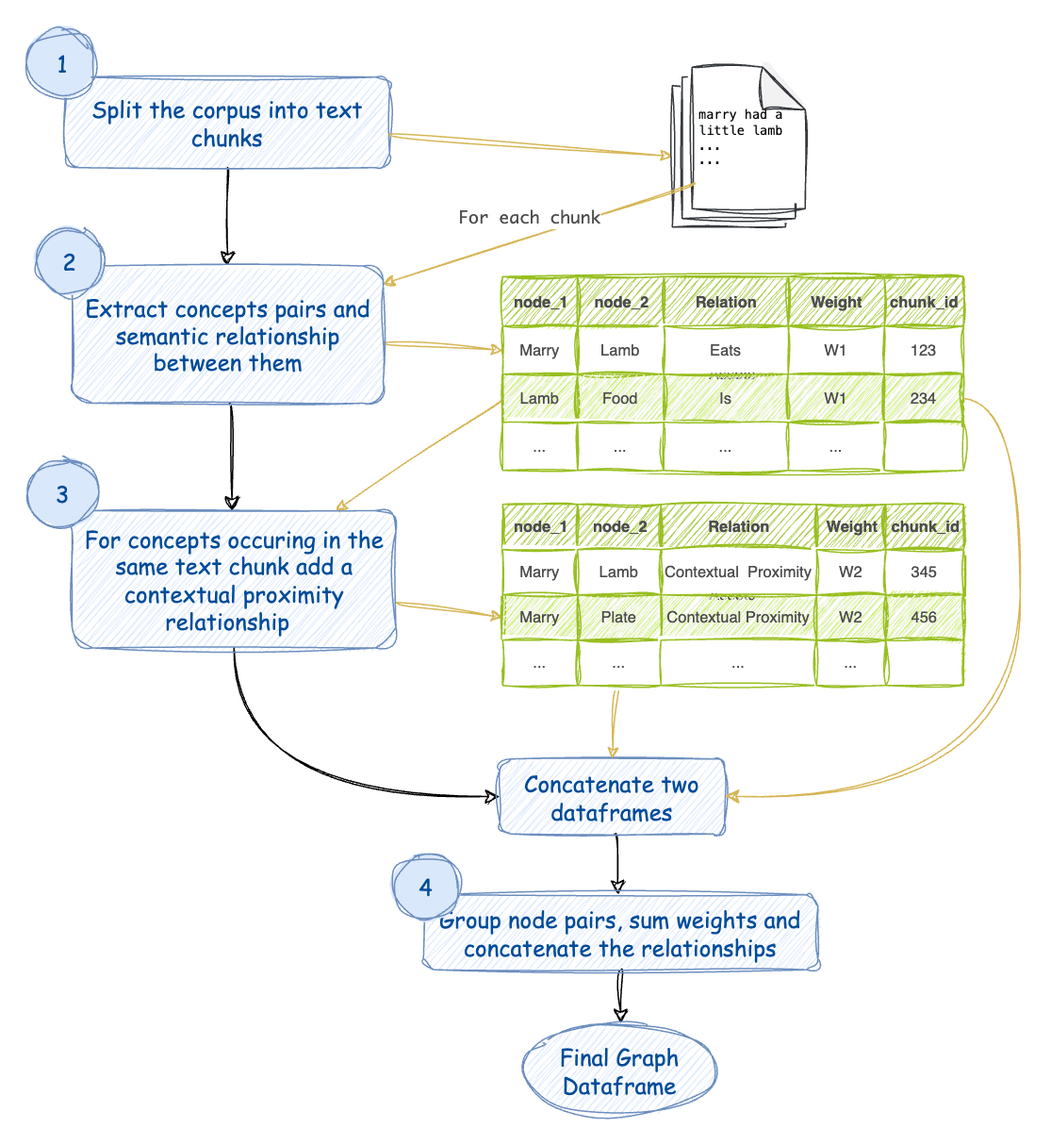
The draw.io diagram assets/Method.png in rahulnyk/knowledge_graph, before a commit. Source tidied: cells renumbered, new cells last; positions are measured from the earlier drawing's top-left corner, leaving out a move shared by most shapes.
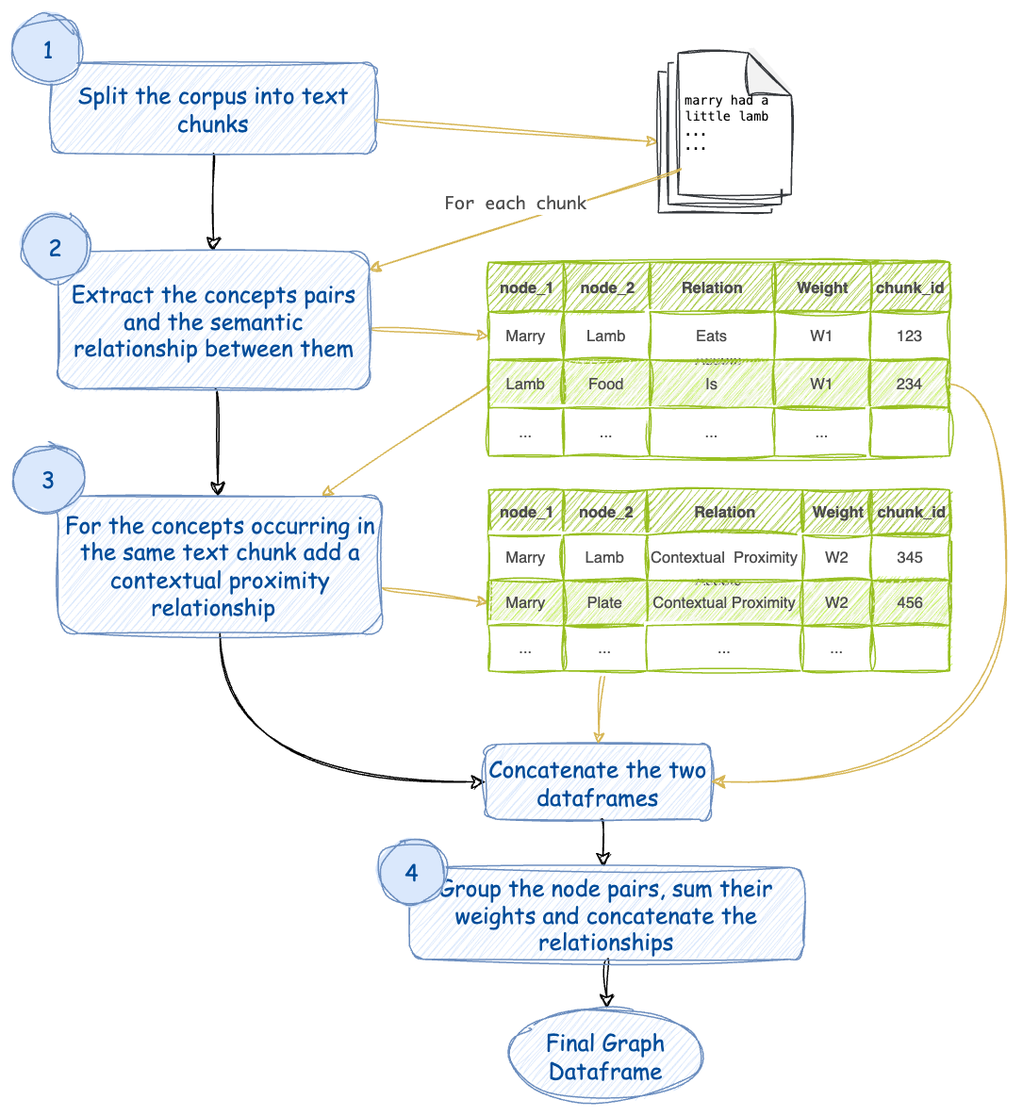
Above is the later version.

What changed in the source:
```diff
@@ -17,7 +17,7 @@
     <mxCell id="6" style="edgeStyle=none;curved=1;rounded=0;jettySize=auto;html=1;fontSize=12;startSize=8;endSize=8;sketch=1;curveFitting=1;jiggle=2;fontColor=#000099;fontStyle=0;fontFamily=Comic Sans MS;" parent="1" edge="1" source="7" target="15">
       <mxGeometry relative="1" as="geometry" />
     </mxCell>
-    <mxCell id="7" value="Extract concepts pairs and semantic relationship between them" style="rounded=1;whiteSpace=wrap;html=1;fontSize=16;fillColor=#dae8fc;strokeColor=#6c8ebf;fontFamily=Comic Sans MS;sketch=1;curveFitting=1;jiggle=2;fontStyle=0;fontColor=#004C99;" parent="1" vertex="1">
+    <mxCell id="7" value="Extract the concepts pairs and the semantic relationship between them" style="rounded=1;whiteSpace=wrap;html=1;fontSize=16;fillColor=#dae8fc;strokeColor=#6c8ebf;fontFamily=Comic Sans MS;sketch=1;curveFitting=1;jiggle=2;fontStyle=0;fontColor=#004C99;" parent="1" vertex="1">
       <mxGeometry x="30.5" y="167.5" width="220" height="97" as="geometry" />
     </mxCell>
     <mxCell id="8" style="edgeStyle=none;curved=1;rounded=0;jettySize=auto;html=1;entryX=0;entryY=0.5;entryDx=0;entryDy=0;entryPerimeter=0;fontSize=12;fillColor=#fff2cc;strokeColor=#d6b656;strokeWidth=1;sketch=1;curveFitting=1;jiggle=2;" parent="1" edge="1" source="3" target="10">
@@ -41,7 +41,7 @@
     <mxCell id="14" style="edgeStyle=orthogonalEdgeStyle;curved=1;rounded=0;jettySize=auto;html=1;fontSize=12;startSize=8;endSize=8;fontFamily=Comic Sans MS;fontColor=#000099;sketch=1;curveFitting=1;jiggle=2;fontStyle=0;entryX=0;entryY=0.5;entryDx=0;entryDy=0;exitX=0.5;exitY=1;exitDx=0;exitDy=0;" parent="1" edge="1" source="15" target="45">
       <mxGeometry relative="1" as="geometry" />
     </mxCell>
-    <mxCell id="15" value="For concepts occuring in the same text chunk add a contextual proximity relationship&amp;nbsp;&amp;nbsp;" style="rounded=1;whiteSpace=wrap;html=1;fontSize=16;fillColor=#dae8fc;strokeColor=#6c8ebf;fontFamily=Comic Sans MS;sketch=1;curveFitting=1;jiggle=2;fontStyle=0;fontColor=#004C99;" parent="1" vertex="1">
+    <mxCell id="15" value="For the concepts occurring in the same text chunk add a contextual proximity relationship&amp;nbsp;&amp;nbsp;" style="rounded=1;whiteSpace=wrap;html=1;fontSize=16;fillColor=#dae8fc;strokeColor=#6c8ebf;fontFamily=Comic Sans MS;sketch=1;curveFitting=1;jiggle=2;fontStyle=0;fontColor=#004C99;" parent="1" vertex="1">
       <mxGeometry x="30.5" y="340.5" width="229" height="97" as="geometry" />
     </mxCell>
     <mxCell id="16" value="Assets" style="strokeColor=#98bf21;fillColor=#C6F065;shadow=0;fontSize=11;sketch=1;curveFitting=1;jiggle=2;fontColor=#4D4D4D;rounded=0;swimlaneLine=0;fillStyle=hachure;" parent="1" vertex="1">
@@ -133,7 +133,7 @@
     <mxCell id="44" style="edgeStyle=none;curved=1;rounded=0;jettySize=auto;html=1;fontSize=12;startSize=8;endSize=8;sketch=1;curveFitting=1;jiggle=2;" parent="1" edge="1" source="45" target="74">
       <mxGeometry relative="1" as="geometry" />
     </mxCell>
-    <mxCell id="45" value="Concatenate two dataframes" style="rounded=1;whiteSpace=wrap;html=1;fontSize=16;fillColor=#dae8fc;strokeColor=#6c8ebf;fontFamily=Comic Sans MS;sketch=1;curveFitting=1;jiggle=2;fontStyle=0;fontColor=#004C99;" parent="1" vertex="1">
+    <mxCell id="45" value="Concatenate the two dataframes" style="rounded=1;whiteSpace=wrap;html=1;fontSize=16;fillColor=#dae8fc;strokeColor=#6c8ebf;fontFamily=Comic Sans MS;sketch=1;curveFitting=1;jiggle=2;fontStyle=0;fontColor=#004C99;" parent="1" vertex="1">
       <mxGeometry x="333" y="516" width="159" height="53" as="geometry" />
     </mxCell>
     <mxCell id="46" style="edgeStyle=none;curved=1;rounded=0;jettySize=auto;html=1;fontSize=12;exitX=0.25;exitY=1;exitDx=0;exitDy=0;fillColor=#fff2cc;strokeColor=#d6b656;strokeWidth=1;sketch=1;curveFitting=1;jiggle=2;entryX=0.5;entryY=0;entryDx=0;entryDy=0;" parent="1" edge="1" source="66" target="45">
@@ -225,8 +225,8 @@
     <mxCell id="73" value="Final Graph Dataframe" style="rounded=1;whiteSpace=wrap;html=1;fontSize=16;fillColor=#dae8fc;strokeColor=#6c8ebf;fontFamily=Comic Sans MS;sketch=1;curveFitting=1;jiggle=2;fontStyle=0;fontColor=#004C99;shape=ellipse;perimeter=ellipsePerimeter;" parent="1" vertex="1">
       <mxGeometry x="350.5" y="703" width="136" height="65" as="geometry" />
     </mxCell>
-    <mxCell id="74" value="Group node pairs, sum weights and concatenate the relationships" style="rounded=1;whiteSpace=wrap;html=1;fontSize=16;fillColor=#dae8fc;strokeColor=#6c8ebf;fontFamily=Comic Sans MS;sketch=1;curveFitting=1;jiggle=2;fontStyle=0;fontColor=#004C99;" parent="1" vertex="1">
-      <mxGeometry x="279" y="612" width="279" height="53" as="geometry" />
+    <mxCell id="74" value="Group the node pairs, sum their weights and concatenate the relationships" style="rounded=1;whiteSpace=wrap;html=1;fontSize=16;fillColor=#dae8fc;strokeColor=#6c8ebf;fontFamily=Comic Sans MS;sketch=1;curveFitting=1;jiggle=2;fontStyle=0;fontColor=#004C99;" parent="1" vertex="1">
+      <mxGeometry x="279" y="603" width="279" height="65" as="geometry" />
     </mxCell>
     <mxCell id="75" value="1" style="ellipse;whiteSpace=wrap;html=1;fontSize=16;fontFamily=Comic Sans MS;fillColor=#dae8fc;strokeColor=#6c8ebf;fontColor=#004C99;rounded=1;sketch=1;curveFitting=1;jiggle=2;fontStyle=0;fillStyle=solid;" parent="1" vertex="1">
       <mxGeometry width="48" height="48" as="geometry" />
```
